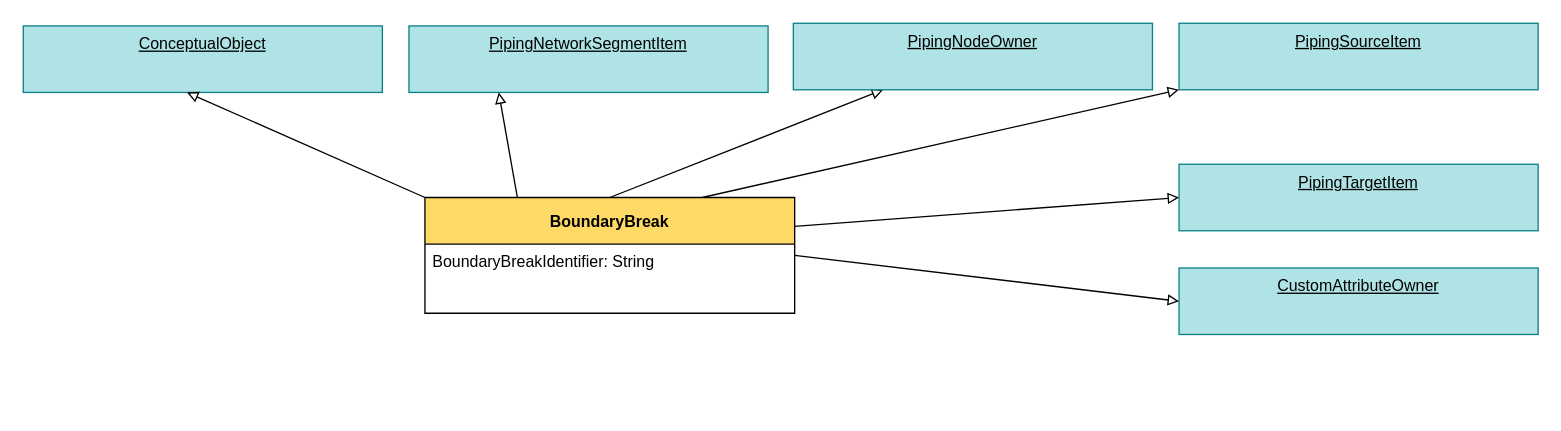
ToniaPedersen/DISCDEXPI keeps this draw.io diagram as page "BoundaryBreak" (2 of 2) of ContinuationProject/ContentTeam/TieIn_BatteryLimit.drawio. Above is the earlier version. Source tidied: cells renumbered, new cells numbered last; positions are measured from the earlier drawing's top-left corner, leaving out a move shared by most shapes. Both pictures are drawn from the tidied source at 133%, with x=0, y=0 at pixel (23, 23).
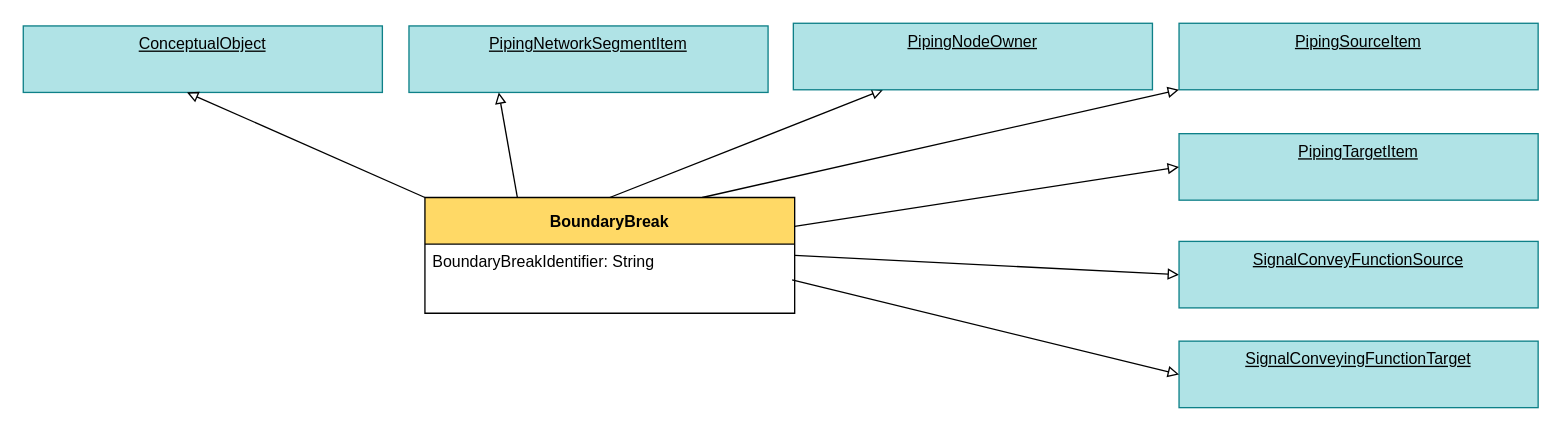
The same page after the edit.

Diff of the diagram source:
```diff
@@
 <mxGraphModel>
   <root>
     <mxCell id="0" />
     <mxCell id="1" parent="0" />
     <mxCell id="2" value="&lt;u&gt;PipingNetworkSegmentItem&lt;/u&gt;" style="rounded=0;whiteSpace=wrap;html=1;fillColor=#b0e3e6;strokeColor=#0e8088;verticalAlign=top;" parent="1" vertex="1">
       <mxGeometry x="290" y="2" width="270" height="50" as="geometry" />
     </mxCell>
     <mxCell id="3" style="endArrow=block;html=1;rounded=0;exitX=0.5;exitY=0;exitDx=0;exitDy=0;endFill=0;entryX=0.25;entryY=1;entryDx=0;entryDy=0;" parent="1" edge="1" source="14" target="4">
       <mxGeometry relative="1" as="geometry" />
     </mxCell>
     <mxCell id="4" value="&lt;u&gt;PipingNodeOwner&lt;/u&gt;" style="rounded=0;whiteSpace=wrap;html=1;fillColor=#b0e3e6;strokeColor=#0e8088;verticalAlign=top;" parent="1" vertex="1">
       <mxGeometry x="579" width="270" height="50" as="geometry" />
     </mxCell>
     <mxCell id="5" value="&lt;u&gt;ConceptualObject&lt;/u&gt;" style="rounded=0;whiteSpace=wrap;html=1;fillColor=#b0e3e6;strokeColor=#0e8088;verticalAlign=top;" parent="1" vertex="1">
       <mxGeometry y="2" width="270" height="50" as="geometry" />
     </mxCell>
     <mxCell id="6" value="&lt;u&gt;PipingSourceItem&lt;/u&gt;" style="rounded=0;whiteSpace=wrap;html=1;fillColor=#b0e3e6;strokeColor=#0e8088;verticalAlign=top;" parent="1" vertex="1">
       <mxGeometry x="869" width="270" height="50" as="geometry" />
     </mxCell>
     <mxCell id="7" value="&lt;u&gt;PipingTargetItem&lt;/u&gt;" style="rounded=0;whiteSpace=wrap;html=1;fillColor=#b0e3e6;strokeColor=#0e8088;verticalAlign=top;" parent="1" vertex="1">
-      <mxGeometry x="869" y="106" width="270" height="50" as="geometry" />
+      <mxGeometry x="869" y="83" width="270" height="50" as="geometry" />
     </mxCell>
-    <mxCell id="8" value="&lt;u&gt;CustomAttributeOwner&lt;/u&gt;" style="rounded=0;whiteSpace=wrap;html=1;fillColor=#b0e3e6;strokeColor=#0e8088;verticalAlign=top;" parent="1" vertex="1">
-      <mxGeometry x="869" y="184" width="270" height="50" as="geometry" />
-    </mxCell>
     <mxCell id="9" style="endArrow=block;html=1;rounded=0;exitX=0;exitY=0;exitDx=0;exitDy=0;endFill=0;entryX=0.456;entryY=1;entryDx=0;entryDy=0;entryPerimeter=0;" parent="1" edge="1" source="14" target="5">
       <mxGeometry relative="1" as="geometry" />
     </mxCell>
     <mxCell id="10" style="endArrow=block;html=1;rounded=0;exitX=0.25;exitY=0;exitDx=0;exitDy=0;endFill=0;entryX=0.25;entryY=1;entryDx=0;entryDy=0;" parent="1" edge="1" source="14" target="2">
       <mxGeometry relative="1" as="geometry" />
     </mxCell>
     <mxCell id="11" style="endArrow=block;html=1;rounded=0;exitX=0.75;exitY=0;exitDx=0;exitDy=0;endFill=0;entryX=0;entryY=1;entryDx=0;entryDy=0;" parent="1" edge="1" source="14" target="6">
       <mxGeometry relative="1" as="geometry" />
     </mxCell>
     <mxCell id="12" style="endArrow=block;html=1;rounded=0;endFill=0;entryX=0;entryY=0.5;entryDx=0;entryDy=0;exitX=1;exitY=0.25;exitDx=0;exitDy=0;" parent="1" edge="1" source="14" target="7">
       <mxGeometry relative="1" as="geometry" />
     </mxCell>
-    <mxCell id="13" style="endArrow=block;html=1;rounded=0;exitX=1;exitY=0.5;exitDx=0;exitDy=0;endFill=0;entryX=0;entryY=0.5;entryDx=0;entryDy=0;" parent="1" edge="1" source="14" target="8">
+    <mxCell id="13" style="endArrow=block;html=1;rounded=0;exitX=1;exitY=0.5;exitDx=0;exitDy=0;endFill=0;entryX=0;entryY=0.5;entryDx=0;entryDy=0;" parent="1" edge="1" source="14" target="17">
       <mxGeometry relative="1" as="geometry" />
     </mxCell>
     <mxCell id="14" value="BoundaryBreak" style="swimlane;fontStyle=1;horizontal=1;startSize=35;fillColor=#FFD966;" parent="1" vertex="1">
       <mxGeometry x="302" y="131" width="278" height="87" as="geometry" />
     </mxCell>
     <mxCell id="15" value="BoundaryBreakIdentifier: String" style="text;strokeColor=none;fillColor=none;align=left;verticalAlign=top;spacingLeft=4;spacingRight=4;overflow=hidden;" parent="14" vertex="1">
       <mxGeometry y="35" width="278" height="26" as="geometry" />
     </mxCell>
     <mxCell id="16" value=" " style="text;strokeColor=none;fillColor=none;align=left;verticalAlign=top;spacingLeft=4;spacingRight=4;overflow=hidden;points=[[0,0.5],[1,0.5]];portConstraint=eastwest;" parent="14" vertex="1">
       <mxGeometry y="61" width="278" height="26" as="geometry" />
     </mxCell>
+    <mxCell id="17" value="&lt;u&gt;SignalConveyFunctionSource&lt;/u&gt;" style="rounded=0;whiteSpace=wrap;html=1;fillColor=#b0e3e6;strokeColor=#0e8088;verticalAlign=top;" parent="1" vertex="1">
+      <mxGeometry x="869" y="164" width="270" height="50" as="geometry" />
+    </mxCell>
+    <mxCell id="18" value="&lt;u&gt;SignalConveyingFunctionTarget&lt;/u&gt;" style="rounded=0;whiteSpace=wrap;html=1;fillColor=#b0e3e6;strokeColor=#0e8088;verticalAlign=top;" parent="1" vertex="1">
+      <mxGeometry x="869" y="239" width="270" height="50" as="geometry" />
+    </mxCell>
+    <mxCell id="19" style="endArrow=block;html=1;rounded=0;exitX=0.993;exitY=0.038;exitDx=0;exitDy=0;endFill=0;entryX=0;entryY=0.5;entryDx=0;entryDy=0;exitPerimeter=0;" parent="1" edge="1" source="16" target="18">
+      <mxGeometry relative="1" as="geometry" />
+    </mxCell>
   </root>
 </mxGraphModel>
```
